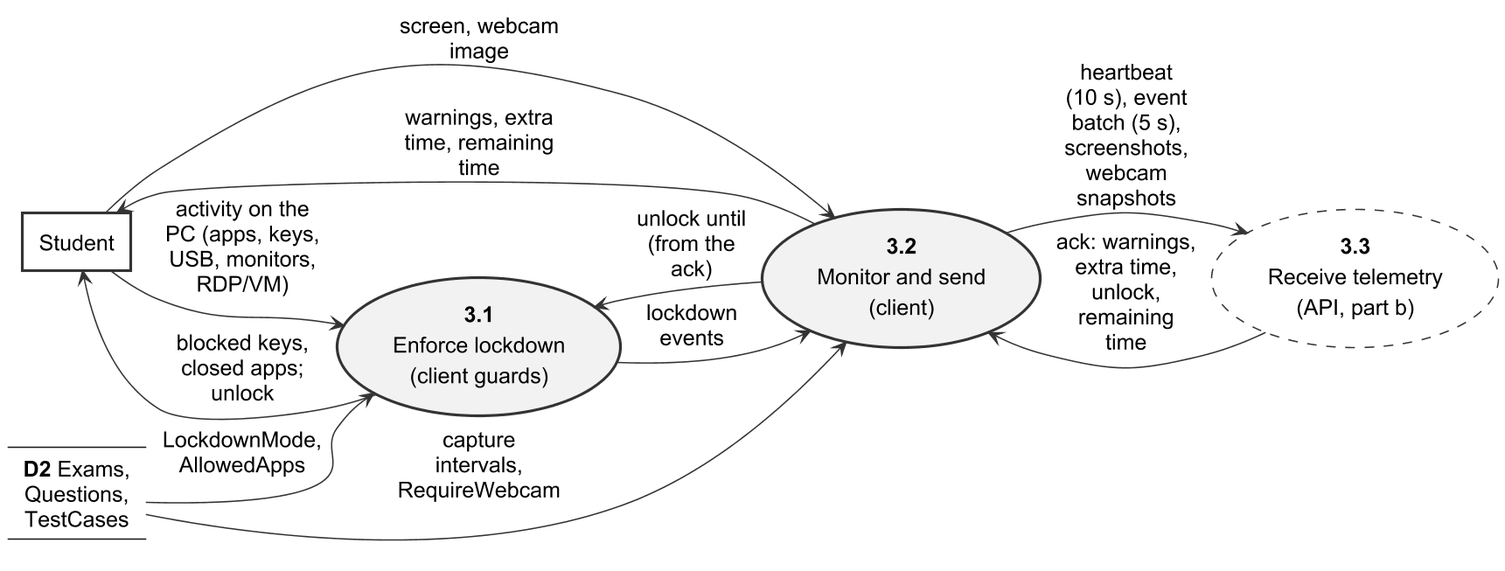
Before: important docs/fyp_doc_3chatp/Figures/dfd_level_2.png, a diagram exported from PlantUML (Haiderali27-hub/AI-Lab-Monitoring-). Its source is kept beside it as important docs/fyp_doc_3chatp/Figures/src/dfd_level_2.puml.
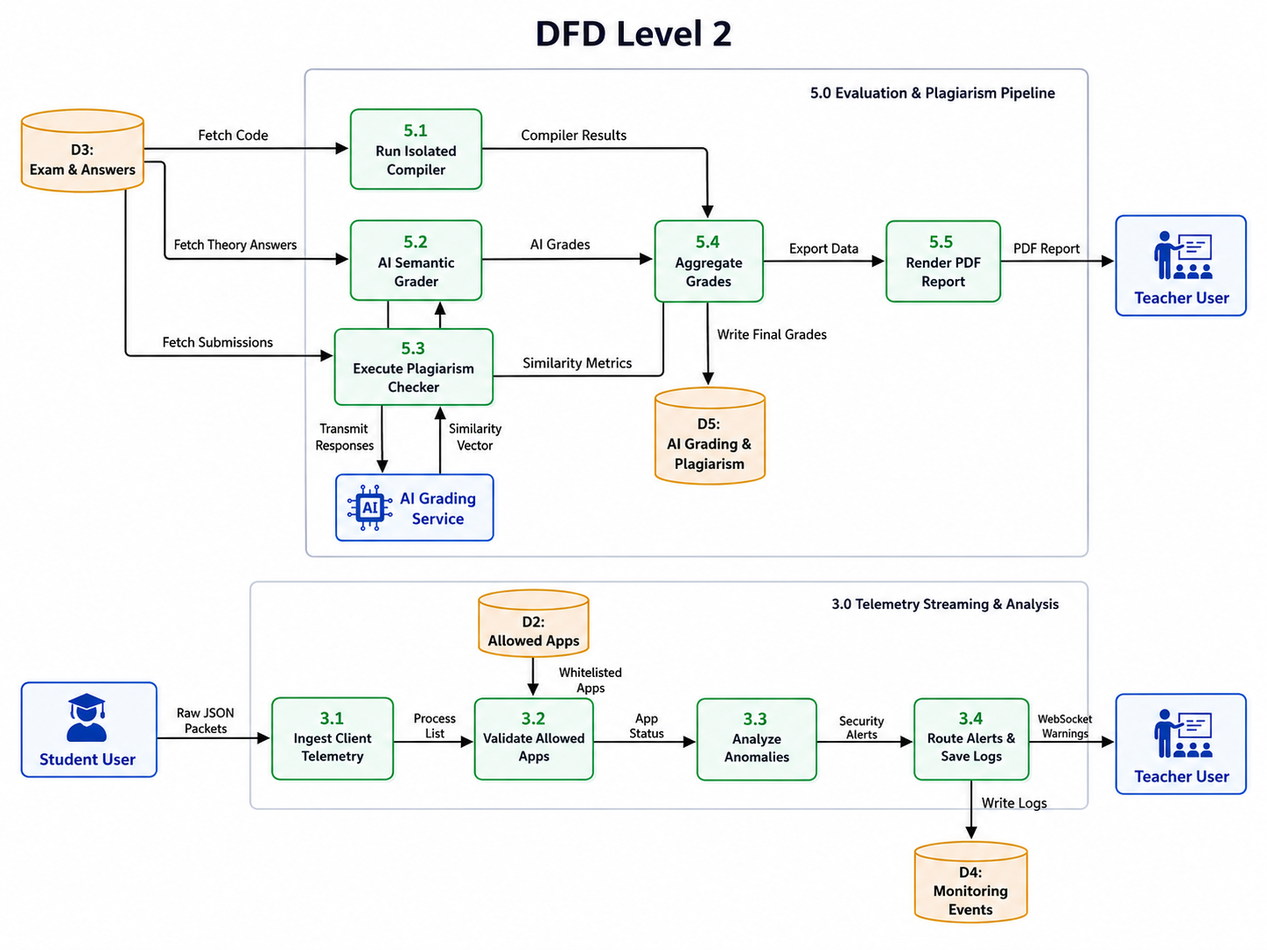
Later version of the same file.

Change to the diagram source:
```diff
@@ -2,8 +2,8 @@
 !include style.iuml
 skinparam defaultFontSize 16
 skinparam ArrowFontSize 16
-skinparam nodesep 10
-skinparam ranksep 18
+skinparam nodesep 24
+skinparam ranksep 30
 skinparam defaultTextAlignment center
 skinparam rectangle<<entity>> {
   BorderThickness 2
@@ -24,29 +24,27 @@
   FontSize 16
 }
 hide stereotype
-left to right direction
+top to bottom direction
 
 rectangle "Student" <<entity>> as STU
 usecase "**3.1**\nEnforce lockdown\n(client guards)" as P31
 usecase "**3.2**\nMonitor and send\n(client)" as P32
 label D2 [
 ----
-**D2** Exams,
-Questions,
-TestCases
+**D2** Exams
 ----
 ]
 usecase "**3.3**\nReceive telemetry\n(API, part b)" <<ref>> as P33
 
-STU --> P31 : activity on the\nPC (apps, keys,\nUSB, monitors,\nRDP/VM)
-STU <-- P31 : blocked keys,\nclosed apps;\nunlock
-D2 --> P31 : LockdownMode,\nAllowedApps
-STU --> P32 : screen, webcam\nimage
-STU <-- P32 : warnings, extra\ntime, remaining\ntime
-D2 --> P32 : capture\nintervals,\nRequireWebcam
+STU --> P31 : PC activity
+STU <-- P31 : blocked keys,\nclosed apps
+D2 --> P31 : lockdown mode,\nallowed apps
+STU --> P32 : screen,\nwebcam
+STU <-- P32 : warnings,\ntime left
+D2 --> P32 : capture\nsettings
 P31 --> P32 : lockdown\nevents
-P31 <-- P32 : unlock until\n(from the\nack)
+P31 <-- P32 : unlock
 
-P32 --> P33 : heartbeat\n(10 s), event\nbatch (5 s),\nscreenshots,\nwebcam\nsnapshots
-P32 <-- P33 : ack: warnings,\nextra time,\nunlock,\nremaining\ntime
+P32 --> P33 : heartbeat,\nevents, images
+P32 <-- P33 : reply: warnings,\nextra time, unlock
 @enduml
```
